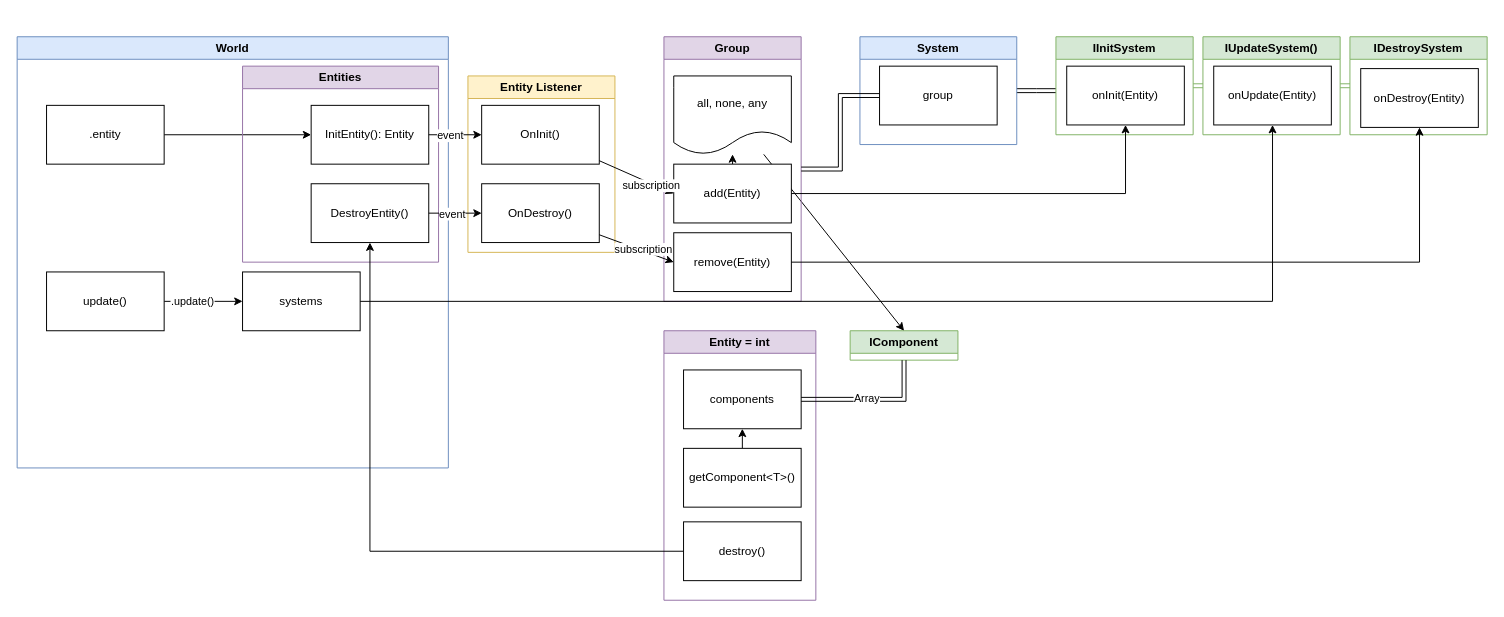
Above: architecture.drawio in LargonG/kote-engine (draw.io), before the change. Source tidied: cells renumbered, new cells numbered last; positions are measured from the earlier drawing's top-left corner, leaving out a move shared by most shapes. Both pictures are drawn from the tidied source at 98%, with x=0, y=0 at pixel (17, 36).
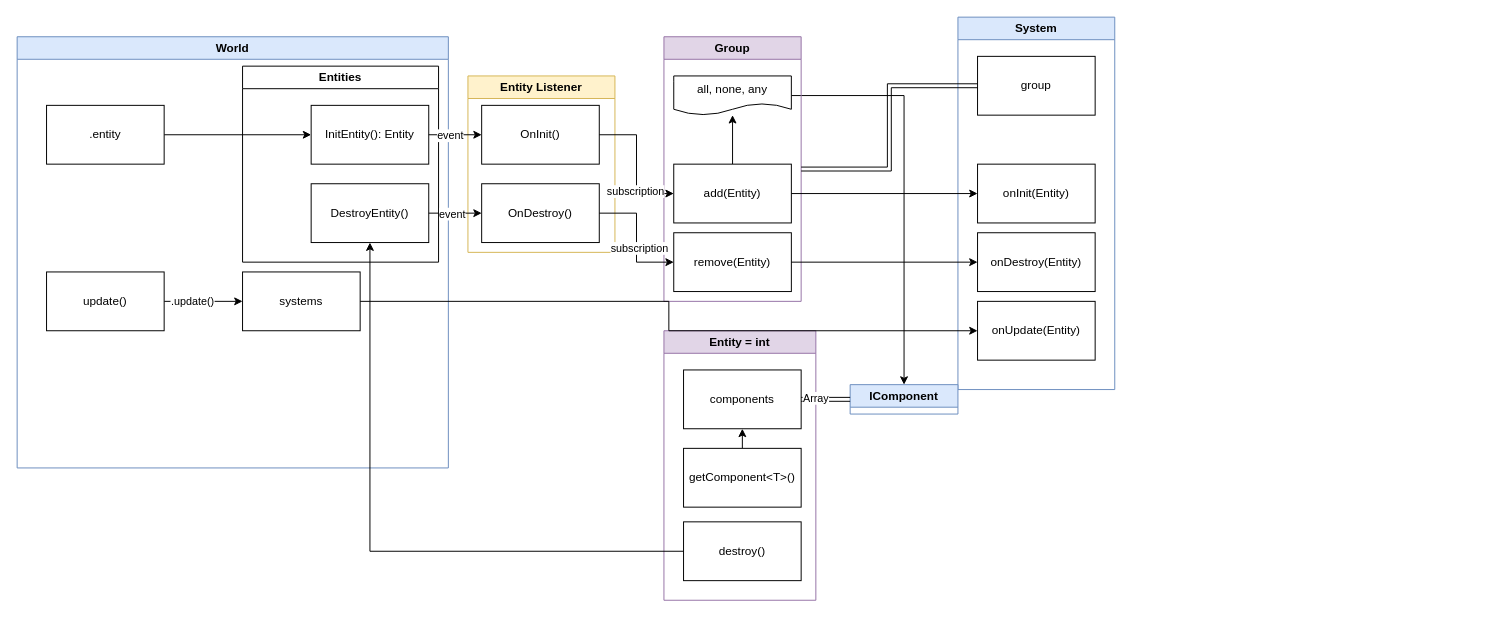
After the change.

Commit message:
moved update, init & destroy methods to system

Unchanged cells that the change refers to:
```xml
<mxCell id="3" value="OnInit()" style="whiteSpace=wrap;html=1;" parent="2" vertex="1">
  <mxGeometry x="14" y="30" width="120" height="60" as="geometry" />
</mxCell>
<mxCell id="4" value="OnDestroy()" style="whiteSpace=wrap;html=1;" parent="2" vertex="1">
  <mxGeometry x="14" y="110" width="120" height="60" as="geometry" />
</mxCell>
<mxCell id="5" value="World" style="swimlane;whiteSpace=wrap;html=1;fillColor=#dae8fc;strokeColor=#6c8ebf;" parent="1" vertex="1">
  <mxGeometry width="440" height="440" as="geometry" />
</mxCell>
<mxCell id="14" value="systems" style="whiteSpace=wrap;html=1;" parent="5" vertex="1">
  <mxGeometry x="230" y="240" width="120" height="60" as="geometry" />
</mxCell>
<mxCell id="23" value="components" style="whiteSpace=wrap;html=1;" parent="22" vertex="1">
  <mxGeometry x="20" y="40" width="120" height="60" as="geometry" />
</mxCell>
<mxCell id="32" value="Group" style="swimlane;whiteSpace=wrap;html=1;startSize=23;fillColor=#e1d5e7;strokeColor=#9673a6;" parent="1" vertex="1">
  <mxGeometry x="660" width="140" height="270" as="geometry" />
</mxCell>
<mxCell id="35" value="add(Entity)" style="whiteSpace=wrap;html=1;" parent="32" vertex="1">
  <mxGeometry x="10" y="130" width="120" height="60" as="geometry" />
</mxCell>
<mxCell id="36" value="remove(Entity)" style="whiteSpace=wrap;html=1;" parent="32" vertex="1">
  <mxGeometry x="10" y="200" width="120" height="60" as="geometry" />
</mxCell>
```

Change to the diagram source:
```diff
@@
-    <mxCell id="8" value="Entities" style="swimlane;whiteSpace=wrap;html=1;startSize=23;fillColor=#e1d5e7;strokeColor=#9673a6;" parent="5" vertex="1">
+    <mxCell id="8" value="Entities" style="swimlane;whiteSpace=wrap;html=1;startSize=23;" parent="5" vertex="1">
       <mxGeometry x="230" y="30" width="200" height="200" as="geometry" />
     </mxCell>
@@
-    <mxCell id="19" style="edgeStyle=orthogonalEdgeStyle;rounded=0;jettySize=auto;html=1;exitX=1;exitY=0.5;exitDx=0;exitDy=0;shape=link;" parent="1" edge="1" source="20">
-      <mxGeometry relative="1" as="geometry">
-        <mxPoint x="1060" y="55" as="targetPoint" />
-      </mxGeometry>
-    </mxCell>
     <mxCell id="20" value="System" style="swimlane;whiteSpace=wrap;html=1;fillColor=#dae8fc;strokeColor=#6c8ebf;" parent="1" vertex="1">
-      <mxGeometry x="860" width="160" height="110" as="geometry" />
+      <mxGeometry x="960" y="-20" width="160" height="380" as="geometry" />
     </mxCell>
     <mxCell id="21" value="group" style="whiteSpace=wrap;html=1;" parent="20" vertex="1">
-      <mxGeometry x="20" y="30" width="120" height="60" as="geometry" />
+      <mxGeometry x="20" y="40" width="120" height="60" as="geometry" />
     </mxCell>
+    <mxCell id="44" value="onInit(Entity)" style="whiteSpace=wrap;html=1;" parent="20" vertex="1">
+      <mxGeometry x="20" y="150" width="120" height="60" as="geometry" />
+    </mxCell>
+    <mxCell id="47" value="onUpdate(Entity)" style="whiteSpace=wrap;html=1;" parent="20" vertex="1">
+      <mxGeometry x="20" y="290" width="120" height="60" as="geometry" />
+    </mxCell>
+    <mxCell id="49" value="onDestroy(Entity)" style="whiteSpace=wrap;html=1;" parent="20" vertex="1">
+      <mxGeometry x="20" y="220" width="120" height="60" as="geometry" />
+    </mxCell>
@@
-    <mxCell id="27" value="IComponent" style="swimlane;whiteSpace=wrap;html=1;fillColor=#d5e8d4;strokeColor=#82b366;" parent="1" vertex="1" collapsed="1">
-      <mxGeometry x="850" y="300" width="110" height="30" as="geometry" />
+    <mxCell id="27" value="IComponent" style="swimlane;whiteSpace=wrap;html=1;fillColor=#dae8fc;strokeColor=#6c8ebf;" parent="1" vertex="1" collapsed="1">
+      <mxGeometry x="850" y="355" width="110" height="30" as="geometry" />
     </mxCell>
-    <mxCell id="28" style="edgeStyle=orthogonalEdgeStyle;rounded=0;jettySize=auto;html=1;entryX=0.5;entryY=1;entryDx=0;entryDy=0;elbow=vertical;shape=link;exitX=1;exitY=0.5;exitDx=0;exitDy=0;" parent="1" edge="1" source="23" target="27">
+    <mxCell id="28" style="edgeStyle=orthogonalEdgeStyle;rounded=0;jettySize=auto;html=1;entryX=0;entryY=0.5;entryDx=0;entryDy=0;elbow=vertical;shape=link;exitX=1;exitY=0.5;exitDx=0;exitDy=0;" parent="1" edge="1" source="23" target="27">
       <mxGeometry relative="1" as="geometry" />
     </mxCell>
@@
-    <mxCell id="30" style="edgeStyle=none;rounded=0;jettySize=auto;html=1;entryX=0.5;entryY=0;entryDx=0;entryDy=0;elbow=vertical;" parent="1" edge="1" source="33" target="27">
+    <mxCell id="30" style="edgeStyle=orthogonalEdgeStyle;rounded=0;jettySize=auto;html=1;entryX=0.5;entryY=0;entryDx=0;entryDy=0;elbow=vertical;" parent="1" edge="1" source="33" target="27">
       <mxGeometry relative="1" as="geometry" />
     </mxCell>
@@
     <mxCell id="33" value="all, none, any" style="shape=document;whiteSpace=wrap;html=1;boundedLbl=1;" parent="32" vertex="1">
-      <mxGeometry x="10" y="40" width="120" height="80" as="geometry" />
+      <mxGeometry x="10" y="40" width="120" height="40" as="geometry" />
     </mxCell>
@@
-    <mxCell id="37" style="edgeStyle=none;rounded=0;jettySize=auto;html=1;entryX=0;entryY=0.5;entryDx=0;entryDy=0;elbow=vertical;" parent="1" edge="1" source="3" target="35">
+    <mxCell id="37" style="edgeStyle=orthogonalEdgeStyle;rounded=0;jettySize=auto;html=1;entryX=0;entryY=0.5;entryDx=0;entryDy=0;elbow=vertical;" parent="1" edge="1" source="3" target="35">
       <mxGeometry relative="1" as="geometry" />
     </mxCell>
@@
-    <mxCell id="39" style="edgeStyle=none;rounded=0;jettySize=auto;html=1;entryX=0;entryY=0.5;entryDx=0;entryDy=0;elbow=vertical;" parent="1" edge="1" source="4" target="36">
+    <mxCell id="39" style="edgeStyle=orthogonalEdgeStyle;rounded=0;jettySize=auto;html=1;entryX=0;entryY=0.5;entryDx=0;entryDy=0;elbow=vertical;" parent="1" edge="1" source="4" target="36">
       <mxGeometry relative="1" as="geometry" />
     </mxCell>
@@
-    <mxCell id="42" style="edgeStyle=orthogonalEdgeStyle;shape=link;rounded=0;jettySize=auto;html=1;exitX=1;exitY=0.5;exitDx=0;exitDy=0;entryX=0;entryY=0.5;entryDx=0;entryDy=0;fillColor=#d5e8d4;strokeColor=#82b366;" parent="1" edge="1" source="43" target="46">
-      <mxGeometry relative="1" as="geometry" />
-    </mxCell>
-    <mxCell id="43" value="IInitSystem" style="swimlane;whiteSpace=wrap;html=1;fillColor=#d5e8d4;strokeColor=#82b366;" parent="1" vertex="1">
-      <mxGeometry x="1060" width="140" height="100" as="geometry" />
-    </mxCell>
-    <mxCell id="44" value="onInit(Entity)" style="whiteSpace=wrap;html=1;" parent="43" vertex="1">
-      <mxGeometry x="11" y="30" width="120" height="60" as="geometry" />
-    </mxCell>
-    <mxCell id="45" style="edgeStyle=orthogonalEdgeStyle;shape=link;rounded=0;jettySize=auto;html=1;exitX=1;exitY=0.5;exitDx=0;exitDy=0;entryX=0;entryY=0.5;entryDx=0;entryDy=0;fillColor=#d5e8d4;strokeColor=#82b366;" parent="1" edge="1" source="46" target="48">
-      <mxGeometry relative="1" as="geometry" />
-    </mxCell>
-    <mxCell id="46" value="IUpdateSystem()" style="swimlane;whiteSpace=wrap;html=1;fillColor=#d5e8d4;strokeColor=#82b366;" parent="1" vertex="1">
-      <mxGeometry x="1210" width="140" height="100" as="geometry" />
-    </mxCell>
-    <mxCell id="47" value="onUpdate(Entity)" style="whiteSpace=wrap;html=1;" parent="46" vertex="1">
-      <mxGeometry x="11" y="30" width="120" height="60" as="geometry" />
-    </mxCell>
-    <mxCell id="48" value="IDestroySystem" style="swimlane;whiteSpace=wrap;html=1;fillColor=#d5e8d4;strokeColor=#82b366;" parent="1" vertex="1">
-      <mxGeometry x="1360" width="140" height="100" as="geometry" />
-    </mxCell>
-    <mxCell id="49" value="onDestroy(Entity)" style="whiteSpace=wrap;html=1;" parent="48" vertex="1">
-      <mxGeometry x="11" y="32.5" width="120" height="60" as="geometry" />
-    </mxCell>
-    <mxCell id="50" style="edgeStyle=orthogonalEdgeStyle;rounded=0;jettySize=auto;html=1;entryX=0.5;entryY=1;entryDx=0;entryDy=0;" parent="1" edge="1" source="14" target="47">
+    <mxCell id="50" style="edgeStyle=orthogonalEdgeStyle;rounded=0;jettySize=auto;html=1;entryX=0;entryY=0.5;entryDx=0;entryDy=0;" parent="1" edge="1" source="14" target="47">
       <mxGeometry relative="1" as="geometry" />
     </mxCell>
-    <mxCell id="51" style="edgeStyle=orthogonalEdgeStyle;rounded=0;jettySize=auto;html=1;entryX=0.5;entryY=1;entryDx=0;entryDy=0;" parent="1" edge="1" source="35" target="44">
+    <mxCell id="51" style="edgeStyle=orthogonalEdgeStyle;rounded=0;jettySize=auto;html=1;entryX=0;entryY=0.5;entryDx=0;entryDy=0;" parent="1" edge="1" source="35" target="44">
       <mxGeometry relative="1" as="geometry" />
     </mxCell>
-    <mxCell id="52" style="edgeStyle=orthogonalEdgeStyle;rounded=0;jettySize=auto;html=1;entryX=0.5;entryY=1;entryDx=0;entryDy=0;" parent="1" edge="1" source="36" target="49">
+    <mxCell id="52" style="edgeStyle=orthogonalEdgeStyle;rounded=0;jettySize=auto;html=1;entryX=0;entryY=0.5;entryDx=0;entryDy=0;" parent="1" edge="1" source="36" target="49">
       <mxGeometry relative="1" as="geometry" />
     </mxCell>
```
